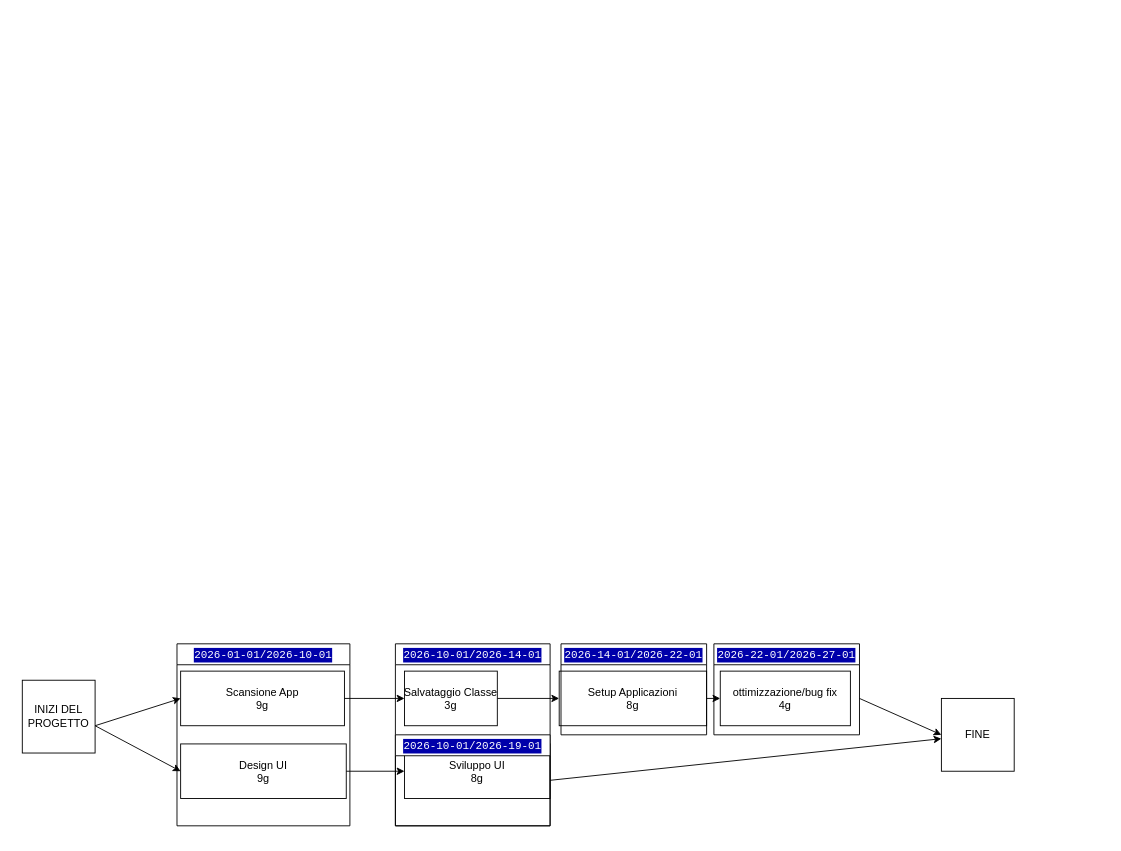
MarcoArlotti/ssh_sync_5a keeps this draw.io diagram as esame/altro/gpoi/pert.drawio. Above is the earlier version. Source tidied: cells renumbered, new cells numbered last; positions are measured from the earlier drawing's top-left corner, leaving out a move shared by most shapes. Both pictures are drawn from the tidied source at 91%, with x=0, y=0 at pixel (22, 643).
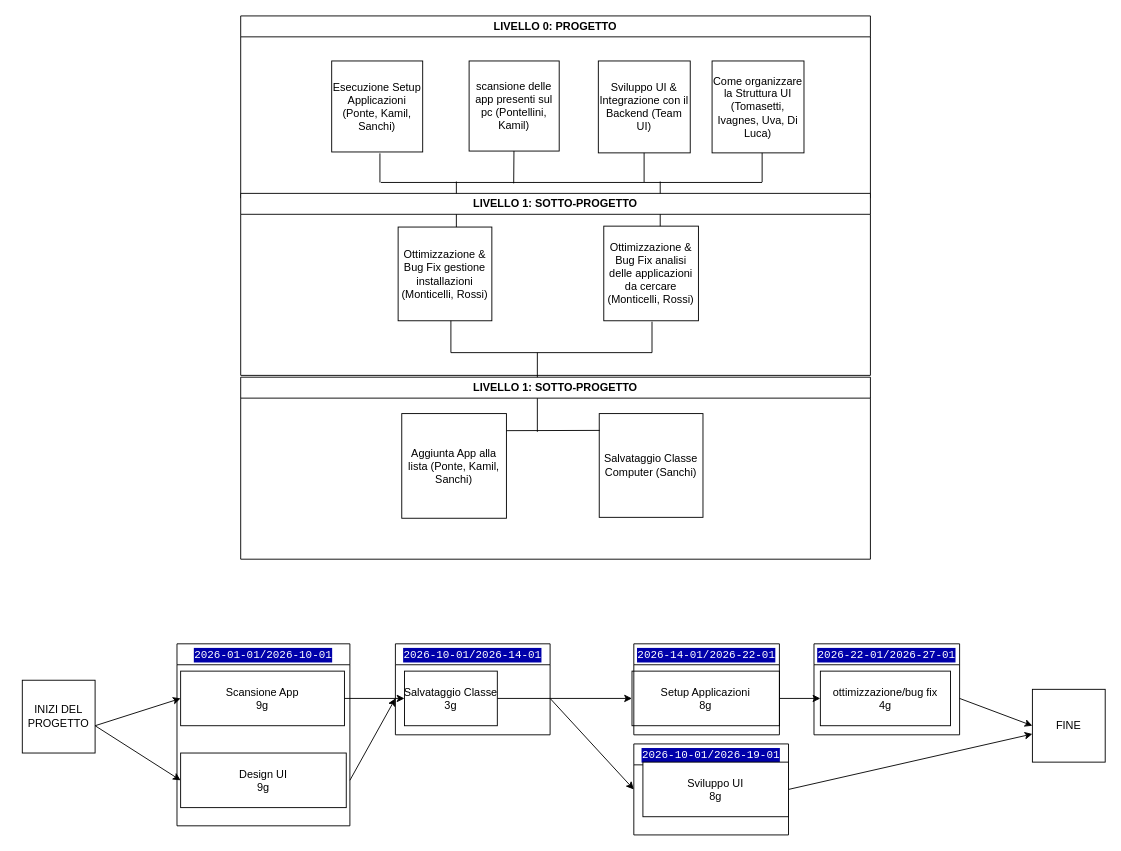
After the change.

Unchanged cells that the change refers to:
```xml
<mxCell id="27" value="&lt;div style=&quot;color: rgb(255, 255, 255); background-color: rgb(0, 0, 170); font-family: &amp;quot;Droid Sans Mono&amp;quot;, monospace; font-weight: normal; line-height: 16px; white-space: pre;&quot;&gt;&lt;span style=&quot;color: rgb(255, 255, 255);&quot;&gt;2026-01-01/&lt;/span&gt;&lt;span style=&quot;color: rgb(255, 255, 255);&quot;&gt;2026-10-01&lt;/span&gt;&lt;/div&gt;" style="swimlane;whiteSpace=wrap;html=1;" parent="1" vertex="1">
  <mxGeometry x="170" width="190" height="200" as="geometry" />
</mxCell>
```

What changed in the source:
```diff
@@
     <mxCell id="4" value="ottimizzazione/bug fix&#10;4g" parent="1" vertex="1">
-      <mxGeometry x="767" y="30" width="143" height="60" as="geometry" />
+      <mxGeometry x="877" y="30" width="143" height="60" as="geometry" />
     </mxCell>
@@
     <mxCell id="6" value="Setup Applicazioni&#10;8g" parent="1" vertex="1">
-      <mxGeometry x="590" y="30" width="162" height="60" as="geometry" />
+      <mxGeometry x="670" y="30" width="162" height="60" as="geometry" />
     </mxCell>
-    <mxCell id="7" value="Design UI&#10;9g" parent="1" vertex="1">
-      <mxGeometry x="174" y="110" width="182" height="60" as="geometry" />
-    </mxCell>
-    <mxCell id="8" value="Sviluppo UI&#10;8g" parent="1" vertex="1">
-      <mxGeometry x="420" y="110" width="160" height="60" as="geometry" />
-    </mxCell>
@@
-    <mxCell id="26" style="endArrow=classic;html=1;exitX=1;exitY=0.5;exitDx=0;exitDy=0;" parent="1" edge="1" source="7" target="8">
-      <mxGeometry relative="1" as="geometry" />
-    </mxCell>
@@
+    <mxCell id="7" value="Design UI&#10;9g" parent="27" vertex="1">
+      <mxGeometry x="4" y="120" width="182" height="60" as="geometry" />
+    </mxCell>
     <mxCell id="28" value="&lt;div style=&quot;color: rgb(255, 255, 255); background-color: rgb(0, 0, 170); font-family: &amp;quot;Droid Sans Mono&amp;quot;, monospace; font-weight: normal; line-height: 16px; white-space: pre;&quot;&gt;&lt;span style=&quot;color: rgb(255, 255, 255);&quot;&gt;2026-10-01/&lt;/span&gt;&lt;span style=&quot;color: rgb(255, 255, 255);&quot;&gt;2026-14-01&lt;/span&gt;&lt;/div&gt;" style="swimlane;whiteSpace=wrap;html=1;startSize=23;" parent="1" vertex="1">
-      <mxGeometry x="410" width="170" height="200" as="geometry" />
+      <mxGeometry x="410" width="170" height="100" as="geometry" />
     </mxCell>
-    <mxCell id="29" value="&lt;div style=&quot;color: rgb(255, 255, 255); background-color: rgb(0, 0, 170); font-family: &amp;quot;Droid Sans Mono&amp;quot;, monospace; font-weight: normal; line-height: 16px; white-space: pre;&quot;&gt;&lt;span style=&quot;color: rgb(255, 255, 255);&quot;&gt;2026-10-01/&lt;/span&gt;&lt;span style=&quot;color: rgb(255, 255, 255);&quot;&gt;2026-19-01&lt;/span&gt;&lt;/div&gt;" style="swimlane;whiteSpace=wrap;html=1;startSize=23;" parent="28" vertex="1">
-      <mxGeometry y="100" width="170" height="100" as="geometry" />
-    </mxCell>
     <mxCell id="30" value="&lt;div style=&quot;color: rgb(255, 255, 255); background-color: rgb(0, 0, 170); font-family: &amp;quot;Droid Sans Mono&amp;quot;, monospace; font-weight: normal; line-height: 16px; white-space: pre;&quot;&gt;&lt;span style=&quot;color: rgb(255, 255, 255);&quot;&gt;2026-14-01/&lt;/span&gt;&lt;span style=&quot;color: rgb(255, 255, 255);&quot;&gt;2026-22-01&lt;/span&gt;&lt;/div&gt;" style="swimlane;whiteSpace=wrap;html=1;startSize=23;" parent="1" vertex="1">
-      <mxGeometry x="592" width="160" height="100" as="geometry" />
+      <mxGeometry x="672" width="160" height="100" as="geometry" />
     </mxCell>
     <mxCell id="31" value="&lt;div style=&quot;color: rgb(255, 255, 255); background-color: rgb(0, 0, 170); font-family: &amp;quot;Droid Sans Mono&amp;quot;, monospace; font-weight: normal; line-height: 16px; white-space: pre;&quot;&gt;&lt;span style=&quot;color: rgb(255, 255, 255);&quot;&gt;2026-22-01/&lt;/span&gt;&lt;span style=&quot;color: rgb(255, 255, 255);&quot;&gt;2026-27-01&lt;/span&gt;&lt;/div&gt;" style="swimlane;whiteSpace=wrap;html=1;startSize=23;" parent="1" vertex="1">
-      <mxGeometry x="760" width="160" height="100" as="geometry" />
+      <mxGeometry x="870" width="160" height="100" as="geometry" />
     </mxCell>
     <mxCell id="32" value="FINE" style="whiteSpace=wrap;html=1;" parent="1" vertex="1">
-      <mxGeometry x="1010" y="60" width="80" height="80" as="geometry" />
+      <mxGeometry x="1110" y="50" width="80" height="80" as="geometry" />
     </mxCell>
@@
     <mxCell id="34" style="endArrow=classic;html=1;entryX=0;entryY=0.5;entryDx=0;entryDy=0;" parent="1" edge="1" target="32">
       <mxGeometry relative="1" as="geometry">
-        <mxPoint x="920" y="60" as="sourcePoint" />
+        <mxPoint x="1030" y="60" as="sourcePoint" />
       </mxGeometry>
     </mxCell>
+    <mxCell id="35" value="LIVELLO 0: PROGETTO" style="swimlane;whiteSpace=wrap;html=1;" parent="1" vertex="1">
+      <mxGeometry x="240" y="-690" width="692" height="200" as="geometry" />
+    </mxCell>
+    <mxCell id="36" value="scansione delle app presenti sul pc (Pontellini, Kamil)" style="whiteSpace=wrap;html=1;" parent="35" vertex="1">
+      <mxGeometry x="251" y="49.5" width="99" height="99" as="geometry" />
+    </mxCell>
+    <mxCell id="37" value="Esecuzione Setup Applicazioni (Ponte, Kamil, Sanchi)" style="whiteSpace=wrap;html=1;" parent="35" vertex="1">
+      <mxGeometry x="100" y="49.5" width="100" height="100" as="geometry" />
+    </mxCell>
+    <mxCell id="38" value="Sviluppo UI &amp;amp; Integrazione con il Backend (Team UI)" style="whiteSpace=wrap;html=1;" parent="35" vertex="1">
+      <mxGeometry x="393" y="49.5" width="101" height="101" as="geometry" />
+    </mxCell>
+    <mxCell id="39" value="Come organizzare la Struttura UI (Tomasetti, Ivagnes, Uva, Di Luca)" style="whiteSpace=wrap;html=1;" parent="35" vertex="1">
+      <mxGeometry x="518" y="49.5" width="101" height="101" as="geometry" />
+    </mxCell>
+    <mxCell id="40" style="endArrow=none;html=1;" parent="35" edge="1">
+      <mxGeometry relative="1" as="geometry">
+        <mxPoint x="153" y="183" as="sourcePoint" />
+        <mxPoint x="153" y="151" as="targetPoint" />
+      </mxGeometry>
+    </mxCell>
+    <mxCell id="41" style="endArrow=none;html=1;" parent="35" edge="1">
+      <mxGeometry relative="1" as="geometry">
+        <mxPoint x="300" y="184" as="sourcePoint" />
+        <mxPoint x="300.3" y="148.5" as="targetPoint" />
+      </mxGeometry>
+    </mxCell>
+    <mxCell id="42" style="endArrow=none;html=1;" parent="35" edge="1">
+      <mxGeometry relative="1" as="geometry">
+        <mxPoint x="443.3" y="182.5" as="sourcePoint" />
+        <mxPoint x="443.3" y="150.5" as="targetPoint" />
+      </mxGeometry>
+    </mxCell>
+    <mxCell id="43" style="endArrow=none;html=1;" parent="35" edge="1">
+      <mxGeometry relative="1" as="geometry">
+        <mxPoint x="573" y="182.5" as="sourcePoint" />
+        <mxPoint x="573" y="150.5" as="targetPoint" />
+      </mxGeometry>
+    </mxCell>
+    <mxCell id="44" style="endArrow=none;html=1;" parent="35" edge="1">
+      <mxGeometry relative="1" as="geometry">
+        <mxPoint x="154" y="183" as="sourcePoint" />
+        <mxPoint x="573" y="183" as="targetPoint" />
+      </mxGeometry>
+    </mxCell>
+    <mxCell id="45" style="endArrow=none;html=1;" parent="35" edge="1">
+      <mxGeometry relative="1" as="geometry">
+        <mxPoint x="237" y="235" as="sourcePoint" />
+        <mxPoint x="237" y="182" as="targetPoint" />
+      </mxGeometry>
+    </mxCell>
+    <mxCell id="46" style="endArrow=none;html=1;" parent="35" edge="1">
+      <mxGeometry relative="1" as="geometry">
+        <mxPoint x="461" y="236" as="sourcePoint" />
+        <mxPoint x="461" y="182" as="targetPoint" />
+      </mxGeometry>
+    </mxCell>
+    <mxCell id="47" value="LIVELLO 1: SOTTO-PROGETTO" style="swimlane;whiteSpace=wrap;html=1;" parent="1" vertex="1">
+      <mxGeometry x="240" y="-495" width="692" height="200" as="geometry" />
+    </mxCell>
+    <mxCell id="48" value="Ottimizzazione &amp;amp; Bug Fix gestione installazioni (Monticelli, Rossi)" style="whiteSpace=wrap;html=1;" parent="47" vertex="1">
+      <mxGeometry x="173" y="37" width="103" height="103" as="geometry" />
+    </mxCell>
+    <mxCell id="49" value="Ottimizzazione &amp;amp; Bug Fix analisi delle applicazioni da cercare (Monticelli, Rossi)" style="whiteSpace=wrap;html=1;" parent="47" vertex="1">
+      <mxGeometry x="399" y="36" width="104" height="104" as="geometry" />
+    </mxCell>
+    <mxCell id="50" style="endArrow=none;html=1;" parent="47" edge="1">
+      <mxGeometry relative="1" as="geometry">
+        <mxPoint x="231" y="175" as="sourcePoint" />
+        <mxPoint x="231" y="140" as="targetPoint" />
+      </mxGeometry>
+    </mxCell>
+    <mxCell id="51" style="endArrow=none;html=1;" parent="47" edge="1">
+      <mxGeometry relative="1" as="geometry">
+        <mxPoint x="452" y="175" as="sourcePoint" />
+        <mxPoint x="452" y="141" as="targetPoint" />
+      </mxGeometry>
+    </mxCell>
+    <mxCell id="52" style="endArrow=none;html=1;" parent="47" edge="1">
+      <mxGeometry relative="1" as="geometry">
+        <mxPoint x="231" y="175" as="sourcePoint" />
+        <mxPoint x="452" y="175" as="targetPoint" />
+      </mxGeometry>
+    </mxCell>
+    <mxCell id="53" style="endArrow=none;html=1;" parent="47" edge="1">
+      <mxGeometry relative="1" as="geometry">
+        <mxPoint x="326" y="262" as="sourcePoint" />
+        <mxPoint x="326" y="175" as="targetPoint" />
+      </mxGeometry>
+    </mxCell>
+    <mxCell id="54" value="LIVELLO 1: SOTTO-PROGETTO" style="swimlane;whiteSpace=wrap;html=1;" parent="1" vertex="1">
+      <mxGeometry x="240" y="-293" width="692" height="200" as="geometry" />
+    </mxCell>
+    <mxCell id="55" value="Aggiunta App alla lista (Ponte, Kamil, Sanchi)" style="whiteSpace=wrap;html=1;" parent="54" vertex="1">
+      <mxGeometry x="177" y="40" width="115" height="115" as="geometry" />
+    </mxCell>
+    <mxCell id="56" value="Salvataggio Classe Computer (Sanchi)" style="whiteSpace=wrap;html=1;" parent="54" vertex="1">
+      <mxGeometry x="394" y="40" width="114" height="114" as="geometry" />
+    </mxCell>
+    <mxCell id="57" style="endArrow=none;html=1;entryX=0.005;entryY=0.162;entryDx=0;entryDy=0;entryPerimeter=0;exitX=1;exitY=0.163;exitDx=0;exitDy=0;exitPerimeter=0;" parent="54" edge="1" source="55" target="56">
+      <mxGeometry relative="1" as="geometry" />
+    </mxCell>
+    <mxCell id="29" value="&lt;div style=&quot;color: rgb(255, 255, 255); background-color: rgb(0, 0, 170); font-family: &amp;quot;Droid Sans Mono&amp;quot;, monospace; font-weight: normal; line-height: 16px; white-space: pre;&quot;&gt;&lt;span style=&quot;color: rgb(255, 255, 255);&quot;&gt;2026-10-01/&lt;/span&gt;&lt;span style=&quot;color: rgb(255, 255, 255);&quot;&gt;2026-19-01&lt;/span&gt;&lt;/div&gt;" style="swimlane;whiteSpace=wrap;html=1;startSize=23;" parent="1" vertex="1">
+      <mxGeometry x="672" y="110" width="170" height="100" as="geometry" />
+    </mxCell>
+    <mxCell id="8" value="Sviluppo UI&#10;8g" parent="29" vertex="1">
+      <mxGeometry x="10" y="20" width="160" height="60" as="geometry" />
+    </mxCell>
+    <mxCell id="58" style="endArrow=classic;html=1;rounded=0;entryX=0;entryY=0.5;entryDx=0;entryDy=0;" parent="1" edge="1" target="29">
+      <mxGeometry relative="1" as="geometry">
+        <mxPoint x="580" y="60" as="sourcePoint" />
+      </mxGeometry>
+    </mxCell>
+    <mxCell id="59" style="endArrow=classic;html=1;rounded=0;" parent="1" edge="1">
+      <mxGeometry relative="1" as="geometry">
+        <mxPoint x="360" y="150" as="sourcePoint" />
+        <mxPoint x="410" y="60" as="targetPoint" />
+      </mxGeometry>
+    </mxCell>
```
